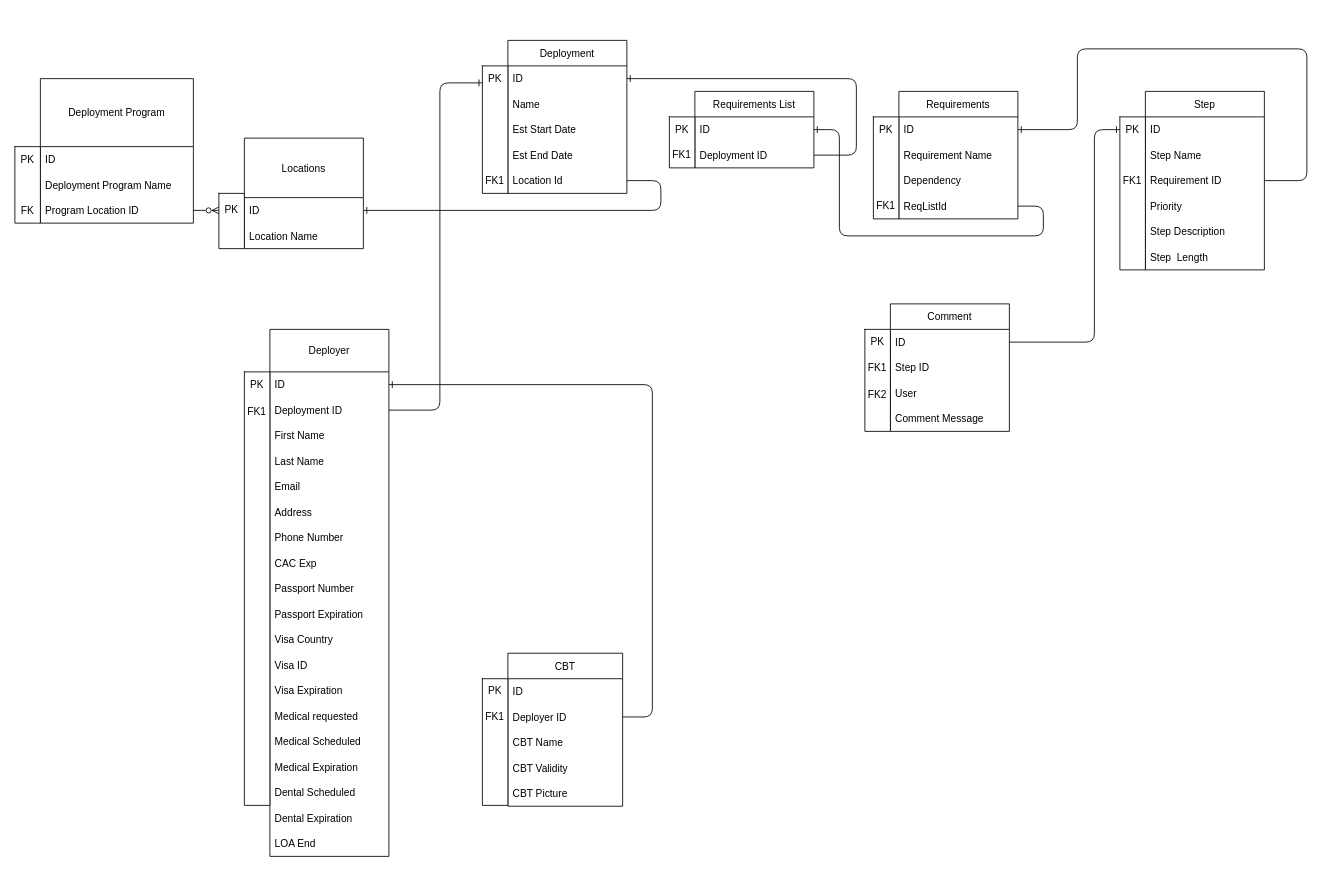
Above: uml.drawio in wmalott23/Capstone (draw.io), before the change. Source tidied: cells renumbered, new cells numbered last; positions are measured from the earlier drawing's top-left corner, leaving out a move shared by most shapes. Both pictures are drawn from the tidied source at 85%, with x=0, y=0 at pixel (14, 40).
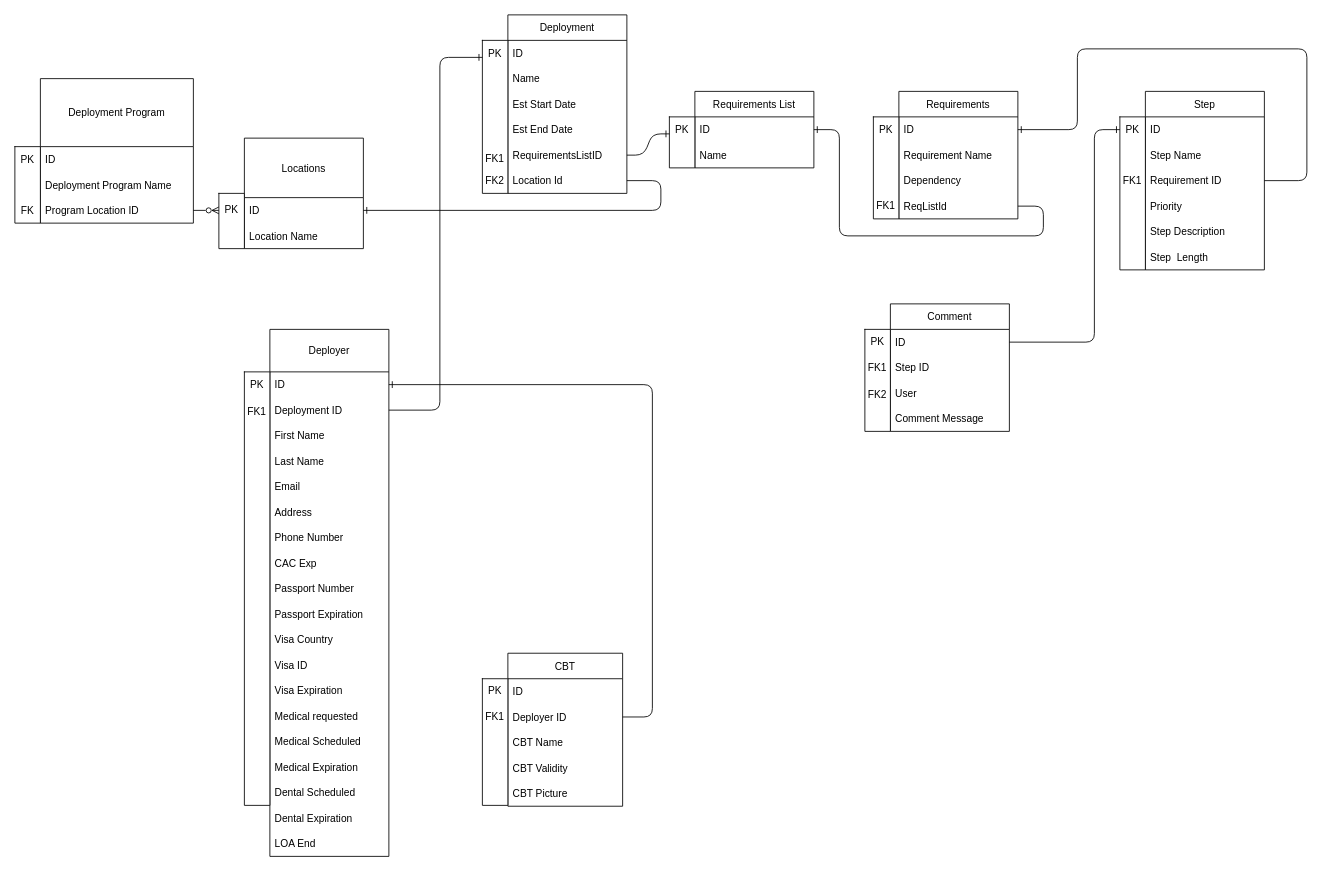
The same diagram, later.

Unchanged cells that the change refers to:
```xml
<mxCell id="4" value="Deployment ID" style="text;strokeColor=none;fillColor=none;align=left;verticalAlign=middle;spacingLeft=4;spacingRight=4;overflow=hidden;points=[[0,0.5],[1,0.5]];portConstraint=eastwest;" parent="2" vertex="1">
  <mxGeometry y="80" width="140" height="30" as="geometry" />
</mxCell>
<mxCell id="32" value="ID" style="text;strokeColor=none;fillColor=none;align=left;verticalAlign=middle;spacingLeft=4;spacingRight=4;overflow=hidden;points=[[0,0.5],[1,0.5]];portConstraint=eastwest;" parent="31" vertex="1">
  <mxGeometry y="30" width="140" height="30" as="geometry" />
</mxCell>
<mxCell id="42" value="Requirements List" style="swimlane;fontStyle=0;horizontal=1;startSize=30;" parent="1" vertex="1">
  <mxGeometry x="800" y="60" width="140" height="90" as="geometry" />
</mxCell>
```

The edit, as a diff of the source:
```diff
@@
     <mxCell id="31" value="Deployment" style="swimlane;fontStyle=0;horizontal=1;startSize=30;" parent="1" vertex="1">
-      <mxGeometry x="580" width="140" height="180" as="geometry" />
+      <mxGeometry x="580" y="-30" width="140" height="210" as="geometry" />
     </mxCell>
@@
+    <mxCell id="114" value="RequirementsListID" style="text;strokeColor=none;fillColor=none;align=left;verticalAlign=middle;spacingLeft=4;spacingRight=4;overflow=hidden;points=[[0,0.5],[1,0.5]];portConstraint=eastwest;" parent="31" vertex="1">
+      <mxGeometry y="150" width="140" height="30" as="geometry" />
+    </mxCell>
     <mxCell id="36" value="Location Id" style="text;strokeColor=none;fillColor=none;align=left;verticalAlign=middle;spacingLeft=4;spacingRight=4;overflow=hidden;points=[[0,0.5],[1,0.5]];portConstraint=eastwest;" parent="31" vertex="1">
-      <mxGeometry y="150" width="140" height="30" as="geometry" />
+      <mxGeometry y="180" width="140" height="30" as="geometry" />
     </mxCell>
@@
-    <mxCell id="44" value="Deployment ID" style="text;strokeColor=none;fillColor=none;align=left;verticalAlign=middle;spacingLeft=4;spacingRight=4;overflow=hidden;points=[[0,0.5],[1,0.5]];portConstraint=eastwest;" parent="42" vertex="1">
-      <mxGeometry y="60" width="140" height="30" as="geometry" />
-    </mxCell>
+    <mxCell id="115" value="Name" style="text;strokeColor=none;fillColor=none;align=left;verticalAlign=middle;spacingLeft=4;spacingRight=4;overflow=hidden;" parent="42" vertex="1">
+      <mxGeometry y="60" width="140" height="30" as="geometry" />
+    </mxCell>
@@
     <mxCell id="75" style="shape=table;startSize=0;childLayout=tableLayout;" parent="1" vertex="1">
-      <mxGeometry x="550" y="30" width="30" height="150" as="geometry" />
+      <mxGeometry x="550" width="30" height="180" as="geometry" />
     </mxCell>
     <mxCell id="76" style="shape=partialRectangle;fillColor=none;top=0;left=0;bottom=0;right=0;" parent="75" vertex="1">
-      <mxGeometry width="30" height="150" as="geometry" />
+      <mxGeometry width="30" height="180" as="geometry" />
     </mxCell>
     <mxCell id="77" style="shape=partialRectangle;html=1;whiteSpace=wrap;overflow=hidden;fillColor=none;top=0;left=0;bottom=0;right=0;" parent="76" vertex="1">
-      <mxGeometry width="30" height="150" as="geometry" />
+      <mxGeometry width="30" height="180" as="geometry" />
     </mxCell>
     <mxCell id="78" value="PK" style="shape=partialRectangle;html=1;whiteSpace=wrap;overflow=hidden;fillColor=none;top=0;left=0;bottom=0;right=0;" parent="1" vertex="1">
-      <mxGeometry x="550" y="36" width="30" height="20" as="geometry" />
+      <mxGeometry x="550" y="6" width="30" height="20" as="geometry" />
     </mxCell>
@@
-    <mxCell id="101" value="FK1" style="shape=partialRectangle;html=1;whiteSpace=wrap;overflow=hidden;fillColor=none;top=0;left=0;bottom=0;right=0;" parent="1" vertex="1">
-      <mxGeometry x="770" y="125" width="30" height="20" as="geometry" />
-    </mxCell>
-    <mxCell id="102" value="FK1" style="shape=partialRectangle;html=1;whiteSpace=wrap;overflow=hidden;fillColor=none;top=0;left=0;bottom=0;right=0;" parent="1" vertex="1">
+    <mxCell id="102" value="FK2" style="shape=partialRectangle;html=1;whiteSpace=wrap;overflow=hidden;fillColor=none;top=0;left=0;bottom=0;right=0;" parent="1" vertex="1">
       <mxGeometry x="550" y="156" width="30" height="20" as="geometry" />
     </mxCell>
@@
-    <mxCell id="109" style="edgeStyle=none;html=1;exitX=1;exitY=0.5;exitDx=0;exitDy=0;entryX=1;entryY=0.5;entryDx=0;entryDy=0;endArrow=ERone;endFill=0;" parent="1" edge="1" source="44" target="32">
-      <mxGeometry relative="1" as="geometry">
-        <Array as="points">
-          <mxPoint x="990" y="135" />
-          <mxPoint x="990" y="45" />
-        </Array>
-      </mxGeometry>
-    </mxCell>
@@
     <mxCell id="113" style="edgeStyle=none;html=1;exitX=1;exitY=0.5;exitDx=0;exitDy=0;endArrow=ERone;endFill=0;" parent="1" edge="1" source="4">
       <mxGeometry relative="1" as="geometry">
-        <mxPoint x="550" y="50" as="targetPoint" />
+        <mxPoint x="550" y="20" as="targetPoint" />
         <Array as="points">
           <mxPoint x="500" y="435" />
-          <mxPoint x="500" y="50" />
+          <mxPoint x="500" y="20" />
         </Array>
       </mxGeometry>
     </mxCell>
+    <mxCell id="101" value="FK1" style="shape=partialRectangle;html=1;whiteSpace=wrap;overflow=hidden;fillColor=none;top=0;left=0;bottom=0;right=0;" parent="1" vertex="1">
+      <mxGeometry x="550" y="130" width="30" height="20" as="geometry" />
+    </mxCell>
+    <mxCell id="116" style="edgeStyle=none;html=1;exitX=1;exitY=0.5;exitDx=0;exitDy=0;endArrow=ERone;endFill=0;" parent="1" edge="1" source="114">
+      <mxGeometry relative="1" as="geometry">
+        <mxPoint x="770" y="110" as="targetPoint" />
+        <Array as="points">
+          <mxPoint x="740" y="135" />
+          <mxPoint x="750" y="110" />
+        </Array>
+      </mxGeometry>
+    </mxCell>
```
